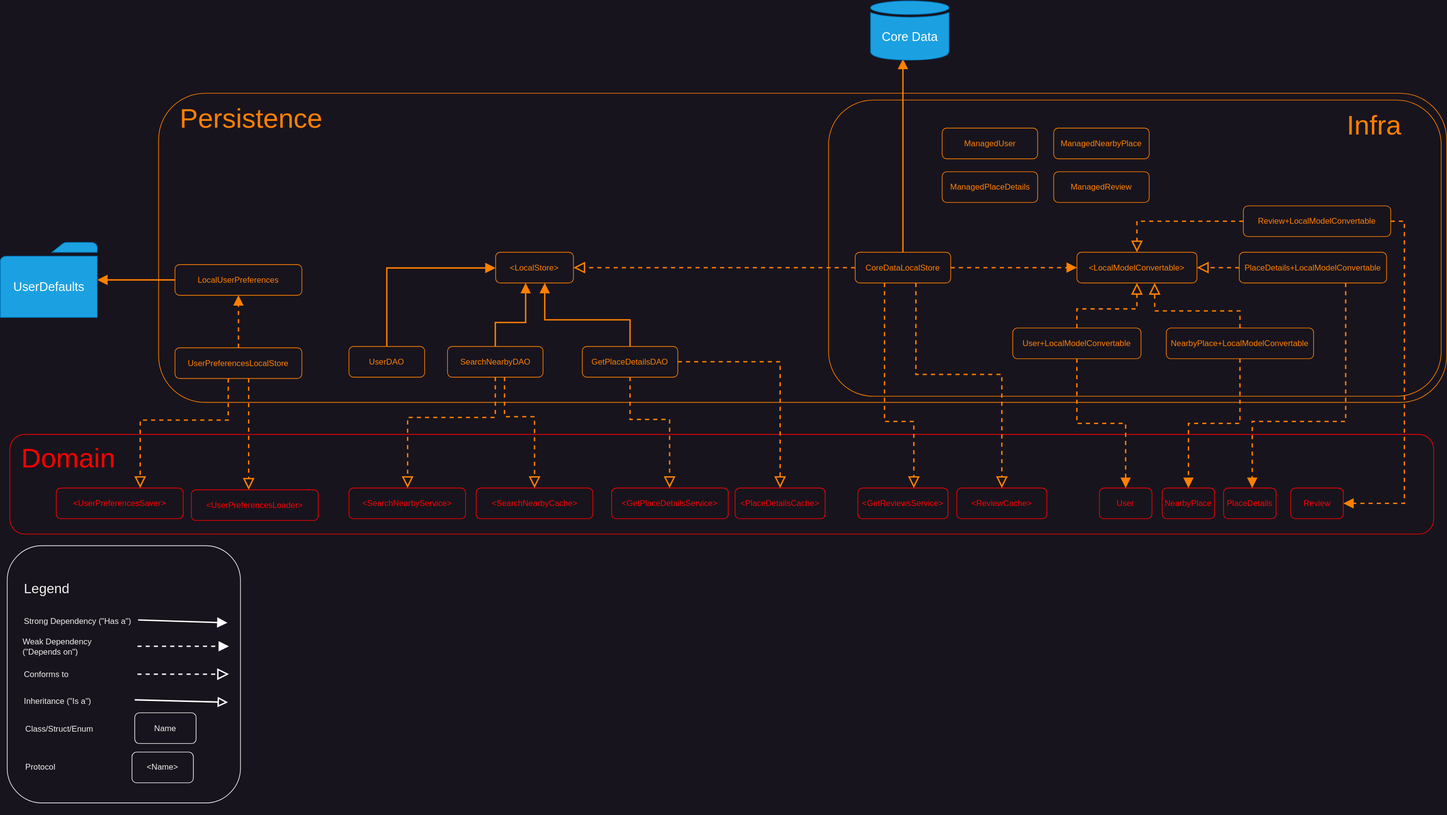
marian-stanciulica/Foodybite keeps this draw.io diagram as Diagrams/Persistence.svg. Above is the earlier version. Source tidied: cells renumbered, new cells last; positions are measured from the earlier drawing's top-left corner, leaving out a move shared by most shapes.
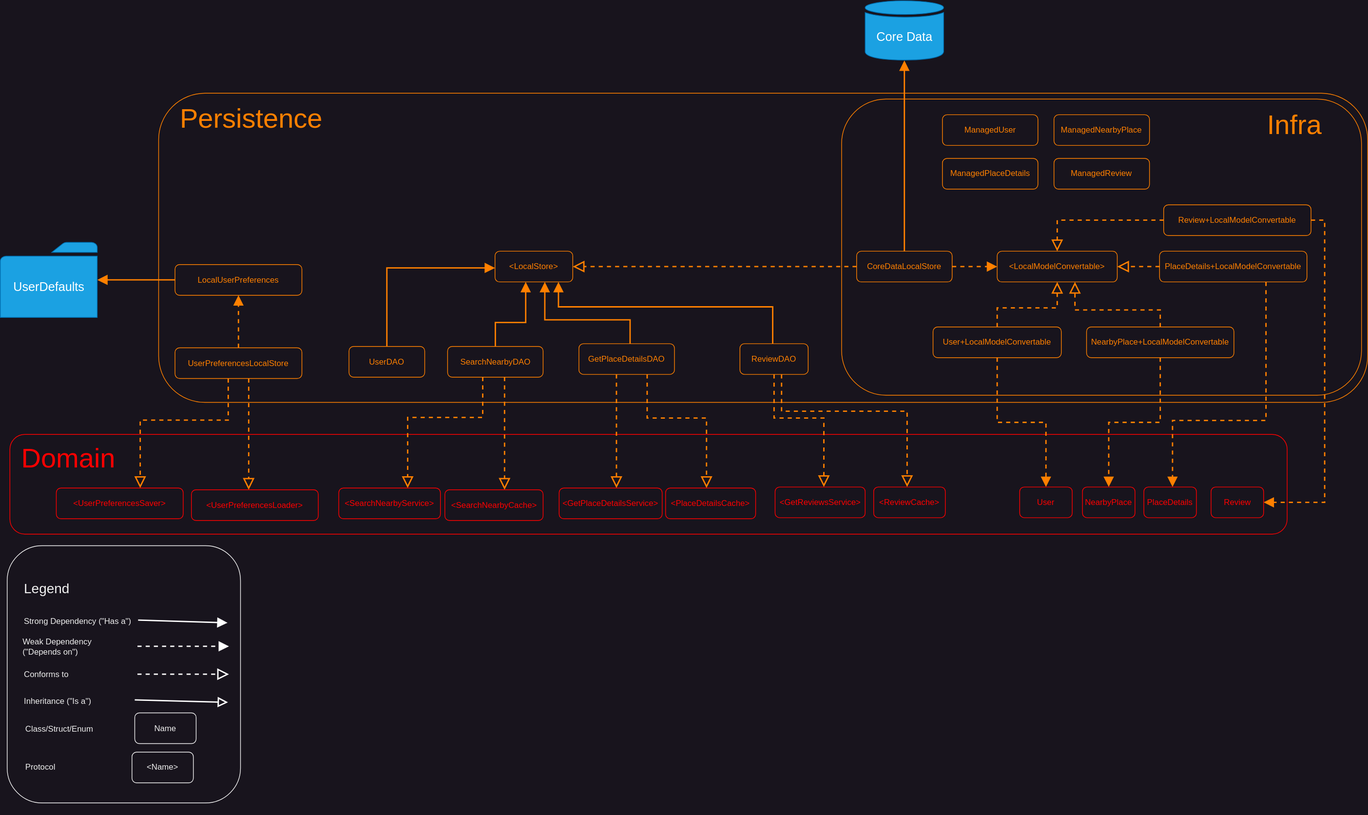
The same file after the commit.

Commit message:
Persistence diagram updated with ReviewDAO

Diff of the diagram source:
```diff
@@ -5,9 +5,9 @@
     <mxCell id="2" style="rounded=1;whiteSpace=wrap;html=1;strokeColor=#FF8000;fontFamily=Helvetica;fontSize=11;fontColor=#FF8000;" parent="1" vertex="1">
-      <mxGeometry x="232" y="135" width="1888" height="453" as="geometry" />
+      <mxGeometry x="232" y="135" width="1772" height="453" as="geometry" />
     </mxCell>
     <mxCell id="3" style="rounded=1;whiteSpace=wrap;html=1;strokeColor=#FF8000;fontFamily=Helvetica;fontSize=11;fontColor=#FF8000;" parent="1" vertex="1">
-      <mxGeometry x="1214" y="145" width="898" height="434" as="geometry" />
+      <mxGeometry x="1233" y="143.5" width="762" height="434" as="geometry" />
     </mxCell>
     <mxCell id="4" style="rounded=1;whiteSpace=wrap;html=1;fontFamily=Helvetica;fontSize=11;fontColor=#FF0000;strokeColor=#FF0000;" parent="1" vertex="1">
-      <mxGeometry x="14" y="635" width="2087" height="146" as="geometry" />
+      <mxGeometry x="14" y="635" width="1872" height="146" as="geometry" />
     </mxCell>
@@ -105,3 +105,3 @@
     <mxCell id="28" value="&amp;lt;LocalStore&amp;gt;" style="rounded=1;whiteSpace=wrap;html=1;fontColor=#FF8000;strokeColor=#FF8000;" parent="1" vertex="1">
-      <mxGeometry x="726" y="368" width="114" height="45" as="geometry" />
+      <mxGeometry x="725" y="366.5" width="114" height="45" as="geometry" />
     </mxCell>
@@ -118,3 +118,3 @@
         <Array as="points">
-          <mxPoint x="725" y="610" />
+          <mxPoint x="707" y="610" />
           <mxPoint x="597" y="610" />
@@ -126,4 +126,4 @@
         <Array as="points">
-          <mxPoint x="739" y="609" />
-          <mxPoint x="783" y="609" />
+          <mxPoint x="739" y="659" />
+          <mxPoint x="739" y="659" />
         </Array>
@@ -137,4 +137,4 @@
         <Array as="points">
-          <mxPoint x="923" y="613" />
-          <mxPoint x="981" y="613" />
+          <mxPoint x="903" y="658" />
+          <mxPoint x="903" y="658" />
         </Array>
@@ -143,3 +143,8 @@
     <mxCell id="34" style="edgeStyle=orthogonalEdgeStyle;shape=connector;rounded=0;jettySize=auto;html=1;dashed=1;labelBackgroundColor=default;strokeColor=#FF8000;strokeWidth=2;fontFamily=Helvetica;fontSize=11;fontColor=default;endArrow=block;endFill=0;endSize=12;fillColor=#f0a30a;" parent="1" edge="1" source="36" target="52">
-      <mxGeometry relative="1" as="geometry" />
+      <mxGeometry relative="1" as="geometry">
+        <Array as="points">
+          <mxPoint x="948" y="611" />
+          <mxPoint x="1035" y="611" />
+        </Array>
+      </mxGeometry>
     </mxCell>
@@ -154,3 +159,3 @@
     <mxCell id="36" value="GetPlaceDetailsDAO" style="rounded=1;whiteSpace=wrap;html=1;fontColor=#FF8000;strokeColor=#FF8000;" parent="1" vertex="1">
-      <mxGeometry x="853" y="506" width="140" height="45" as="geometry" />
+      <mxGeometry x="848" y="502" width="140" height="45" as="geometry" />
     </mxCell>
@@ -166,26 +171,2 @@
     </mxCell>
-    <mxCell id="39" style="edgeStyle=orthogonalEdgeStyle;shape=connector;rounded=0;jettySize=auto;html=1;dashed=1;labelBackgroundColor=default;strokeColor=#FF8000;strokeWidth=2;fontFamily=Helvetica;fontSize=11;fontColor=default;endArrow=block;endFill=0;endSize=12;fillColor=#f0a30a;" parent="1" edge="1" source="44" target="53">
-      <mxGeometry relative="1" as="geometry">
-        <Array as="points">
-          <mxPoint x="1296" y="616" />
-          <mxPoint x="1339" y="616" />
-        </Array>
-      </mxGeometry>
-    </mxCell>
-    <mxCell id="40" style="edgeStyle=orthogonalEdgeStyle;shape=connector;rounded=0;jettySize=auto;html=1;dashed=1;labelBackgroundColor=default;strokeColor=#FF8000;strokeWidth=2;fontFamily=Helvetica;fontSize=11;fontColor=default;endArrow=block;endFill=0;endSize=12;fillColor=#f0a30a;" parent="1" edge="1" source="44" target="54">
-      <mxGeometry relative="1" as="geometry">
-        <Array as="points">
-          <mxPoint x="1342" y="547" />
-          <mxPoint x="1468" y="547" />
-        </Array>
-      </mxGeometry>
-    </mxCell>
-    <mxCell id="41" style="edgeStyle=orthogonalEdgeStyle;shape=connector;rounded=0;jumpStyle=line;jettySize=auto;html=1;labelBackgroundColor=default;strokeColor=#FF8000;strokeWidth=2;fontFamily=Helvetica;fontSize=11;fontColor=default;endArrow=block;endFill=1;endSize=10;fillColor=#f0a30a;" parent="1" edge="1" source="44">
-      <mxGeometry relative="1" as="geometry">
-        <mxPoint x="1323" y="84.5" as="targetPoint" />
-        <Array as="points">
-          <mxPoint x="1323" y="126" />
-        </Array>
-      </mxGeometry>
-    </mxCell>
     <mxCell id="42" style="edgeStyle=orthogonalEdgeStyle;shape=connector;rounded=0;jettySize=auto;html=1;dashed=1;labelBackgroundColor=default;strokeColor=#FF8000;strokeWidth=2;fontFamily=Helvetica;fontSize=11;fontColor=default;endArrow=block;endFill=0;endSize=12;fillColor=#f0a30a;" parent="1" edge="1" source="44" target="28">
@@ -196,34 +177,37 @@
     </mxCell>
+    <mxCell id="77" style="edgeStyle=orthogonalEdgeStyle;shape=connector;rounded=0;jumpStyle=line;jettySize=auto;html=1;labelBackgroundColor=default;strokeColor=#FF8000;strokeWidth=2;fontFamily=Helvetica;fontSize=11;fontColor=default;endArrow=block;endFill=1;endSize=10;fillColor=#f0a30a;" parent="1" edge="1" source="44" target="56">
+      <mxGeometry relative="1" as="geometry" />
+    </mxCell>
     <mxCell id="44" value="CoreDataLocalStore" style="rounded=1;whiteSpace=wrap;html=1;fontColor=#FF8000;strokeColor=#FF8000;" parent="1" vertex="1">
-      <mxGeometry x="1253" y="368" width="140" height="45" as="geometry" />
+      <mxGeometry x="1255" y="366.5" width="140" height="45" as="geometry" />
     </mxCell>
     <mxCell id="45" value="ManagedUser" style="rounded=1;whiteSpace=wrap;html=1;fontColor=#FF8000;strokeColor=#FF8000;" parent="1" vertex="1">
-      <mxGeometry x="1380.5" y="186" width="140" height="45" as="geometry" />
+      <mxGeometry x="1380.8" y="166.5" width="140" height="45" as="geometry" />
     </mxCell>
     <mxCell id="46" value="ManagedNearbyPlace" style="rounded=1;whiteSpace=wrap;html=1;fontColor=#FF8000;strokeColor=#FF8000;" parent="1" vertex="1">
-      <mxGeometry x="1544" y="186" width="140" height="45" as="geometry" />
+      <mxGeometry x="1544.2" y="166.5" width="140" height="45" as="geometry" />
     </mxCell>
     <mxCell id="47" value="ManagedPlaceDetails" style="rounded=1;whiteSpace=wrap;html=1;fontColor=#FF8000;strokeColor=#FF8000;" parent="1" vertex="1">
-      <mxGeometry x="1380.5" y="250" width="140" height="45" as="geometry" />
+      <mxGeometry x="1380.8" y="230.5" width="140" height="45" as="geometry" />
     </mxCell>
     <mxCell id="48" value="ManagedReview" style="rounded=1;whiteSpace=wrap;html=1;fontColor=#FF8000;strokeColor=#FF8000;" parent="1" vertex="1">
-      <mxGeometry x="1544" y="250" width="140" height="45" as="geometry" />
+      <mxGeometry x="1544.2" y="230.5" width="140" height="45" as="geometry" />
     </mxCell>
     <mxCell id="49" value="&amp;lt;SearchNearbyService&amp;gt;" style="rounded=1;whiteSpace=wrap;html=1;fontColor=#FF0000;strokeColor=#FF0000;" parent="1" vertex="1">
-      <mxGeometry x="511" y="713.5" width="171" height="45" as="geometry" />
+      <mxGeometry x="496" y="713.5" width="149" height="45" as="geometry" />
     </mxCell>
     <mxCell id="50" value="&amp;lt;SearchNearbyCache&amp;gt;" style="rounded=1;whiteSpace=wrap;html=1;fontColor=#FF0000;strokeColor=#FF0000;" parent="1" vertex="1">
-      <mxGeometry x="697.5" y="713.5" width="171" height="45" as="geometry" />
+      <mxGeometry x="651.5" y="716" width="144" height="45" as="geometry" />
     </mxCell>
     <mxCell id="51" value="&amp;lt;GetPlaceDetailsService&amp;gt;" style="rounded=1;whiteSpace=wrap;html=1;fontColor=#FF0000;strokeColor=#FF0000;" parent="1" vertex="1">
-      <mxGeometry x="896" y="713.5" width="171" height="45" as="geometry" />
+      <mxGeometry x="819" y="713.5" width="151" height="45" as="geometry" />
     </mxCell>
     <mxCell id="52" value="&amp;lt;PlaceDetailsCache&amp;gt;" style="rounded=1;whiteSpace=wrap;html=1;fontColor=#FF0000;strokeColor=#FF0000;" parent="1" vertex="1">
-      <mxGeometry x="1077" y="713.5" width="132" height="45" as="geometry" />
+      <mxGeometry x="975" y="713.5" width="132" height="45" as="geometry" />
     </mxCell>
     <mxCell id="53" value="&amp;lt;GetReviewsService&amp;gt;" style="rounded=1;whiteSpace=wrap;html=1;fontColor=#FF0000;strokeColor=#FF0000;" parent="1" vertex="1">
-      <mxGeometry x="1257" y="713.5" width="132" height="45" as="geometry" />
+      <mxGeometry x="1135.5" y="712" width="132" height="45" as="geometry" />
     </mxCell>
     <mxCell id="54" value="&amp;lt;ReviewCache&amp;gt;" style="rounded=1;whiteSpace=wrap;html=1;fontColor=#FF0000;strokeColor=#FF0000;" parent="1" vertex="1">
-      <mxGeometry x="1402" y="713.5" width="132" height="45" as="geometry" />
+      <mxGeometry x="1280" y="712" width="105" height="45" as="geometry" />
     </mxCell>
@@ -233,3 +217,3 @@
     <mxCell id="56" value="Core Data" style="sketch=0;shadow=0;dashed=0;html=1;strokeColor=#006EAF;labelPosition=center;verticalLabelPosition=middle;verticalAlign=middle;outlineConnect=0;align=center;shape=mxgraph.office.databases.database;fillColor=#1ba1e2;fontFamily=Helvetica;fontSize=18;fontColor=#ffffff;spacingTop=20;" parent="1" vertex="1">
-      <mxGeometry x="1275.5" y="-0.5" width="115" height="87.5" as="geometry" />
+      <mxGeometry x="1267.5" y="-0.5" width="115" height="87.5" as="geometry" />
     </mxCell>
@@ -239,3 +223,3 @@
     <mxCell id="58" value="&amp;lt;LocalModelConvertable&amp;gt;" style="rounded=1;whiteSpace=wrap;html=1;fontColor=#FF8000;strokeColor=#FF8000;" parent="1" vertex="1">
-      <mxGeometry x="1578" y="368" width="176" height="45" as="geometry" />
+      <mxGeometry x="1461" y="366.5" width="176" height="45" as="geometry" />
     </mxCell>
@@ -248,3 +232,3 @@
     <mxCell id="61" value="User+LocalModelConvertable" style="rounded=1;whiteSpace=wrap;html=1;fontColor=#FF8000;strokeColor=#FF8000;" parent="1" vertex="1">
-      <mxGeometry x="1484" y="479" width="188" height="45" as="geometry" />
+      <mxGeometry x="1367" y="477.5" width="188" height="45" as="geometry" />
     </mxCell>
@@ -253,4 +237,4 @@
         <Array as="points">
-          <mxPoint x="1817" y="454" />
-          <mxPoint x="1692" y="454" />
+          <mxPoint x="1700" y="452.5" />
+          <mxPoint x="1575" y="452.5" />
         </Array>
@@ -262,3 +246,3 @@
     <mxCell id="64" value="NearbyPlace+LocalModelConvertable" style="rounded=1;whiteSpace=wrap;html=1;fontColor=#FF8000;strokeColor=#FF8000;" parent="1" vertex="1">
-      <mxGeometry x="1709" y="479" width="216" height="45" as="geometry" />
+      <mxGeometry x="1592" y="477.5" width="216" height="45" as="geometry" />
     </mxCell>
@@ -270,4 +254,4 @@
         <Array as="points">
-          <mxPoint x="1972" y="616" />
-          <mxPoint x="1835" y="616" />
+          <mxPoint x="1855" y="614.5" />
+          <mxPoint x="1718" y="614.5" />
         </Array>
@@ -276,3 +260,3 @@
     <mxCell id="67" value="PlaceDetails+LocalModelConvertable" style="rounded=1;whiteSpace=wrap;html=1;fontColor=#FF8000;strokeColor=#FF8000;" parent="1" vertex="1">
-      <mxGeometry x="1816" y="368" width="216" height="45" as="geometry" />
+      <mxGeometry x="1699" y="366.5" width="216" height="45" as="geometry" />
     </mxCell>
@@ -284,4 +268,4 @@
         <Array as="points">
-          <mxPoint x="2058" y="322" />
-          <mxPoint x="2058" y="736" />
+          <mxPoint x="1941" y="320.5" />
+          <mxPoint x="1941" y="734.5" />
         </Array>
@@ -290,18 +274,18 @@
     <mxCell id="70" value="Review+LocalModelConvertable" style="rounded=1;whiteSpace=wrap;html=1;fontColor=#FF8000;strokeColor=#FF8000;" parent="1" vertex="1">
-      <mxGeometry x="1822" y="300" width="216" height="45" as="geometry" />
+      <mxGeometry x="1705" y="298.5" width="216" height="45" as="geometry" />
     </mxCell>
     <mxCell id="71" value="User" style="rounded=1;whiteSpace=wrap;html=1;fontColor=#FF0000;strokeColor=#FF0000;" parent="1" vertex="1">
-      <mxGeometry x="1611" y="713.5" width="77" height="45" as="geometry" />
+      <mxGeometry x="1494" y="712" width="77" height="45" as="geometry" />
     </mxCell>
     <mxCell id="72" value="NearbyPlace" style="rounded=1;whiteSpace=wrap;html=1;fontColor=#FF0000;strokeColor=#FF0000;" parent="1" vertex="1">
-      <mxGeometry x="1703" y="713.5" width="77" height="45" as="geometry" />
+      <mxGeometry x="1586" y="712" width="77" height="45" as="geometry" />
     </mxCell>
     <mxCell id="73" value="PlaceDetails" style="rounded=1;whiteSpace=wrap;html=1;fontColor=#FF0000;strokeColor=#FF0000;" parent="1" vertex="1">
-      <mxGeometry x="1793" y="713.5" width="77" height="45" as="geometry" />
+      <mxGeometry x="1676" y="712" width="77" height="45" as="geometry" />
     </mxCell>
     <mxCell id="74" value="Review" style="rounded=1;whiteSpace=wrap;html=1;fontColor=#FF0000;strokeColor=#FF0000;" parent="1" vertex="1">
-      <mxGeometry x="1891.5" y="713.5" width="77" height="45" as="geometry" />
+      <mxGeometry x="1774.5" y="712" width="77" height="45" as="geometry" />
     </mxCell>
     <mxCell id="75" value="Infra" style="text;html=1;strokeColor=none;fillColor=none;align=center;verticalAlign=middle;whiteSpace=wrap;rounded=0;fontSize=40;fontFamily=Helvetica;fontColor=#FF8000;" parent="1" vertex="1">
-      <mxGeometry x="1984" y="166" width="60" height="30" as="geometry" />
+      <mxGeometry x="1867" y="164.5" width="60" height="30" as="geometry" />
     </mxCell>
@@ -310,2 +294,29 @@
     </mxCell>
+    <mxCell id="78" style="edgeStyle=orthogonalEdgeStyle;shape=connector;rounded=0;jumpStyle=line;jettySize=auto;html=1;labelBackgroundColor=default;strokeColor=#FF8000;strokeWidth=2;fontFamily=Helvetica;fontSize=11;fontColor=#FF8000;endArrow=block;endFill=1;endSize=10;fillColor=#f0a30a;" parent="1" edge="1" source="81" target="28">
+      <mxGeometry relative="1" as="geometry">
+        <Array as="points">
+          <mxPoint x="1132" y="448" />
+          <mxPoint x="818" y="448" />
+        </Array>
+      </mxGeometry>
+    </mxCell>
+    <mxCell id="79" style="edgeStyle=orthogonalEdgeStyle;shape=connector;rounded=0;jettySize=auto;html=1;dashed=1;labelBackgroundColor=default;strokeColor=#FF8000;strokeWidth=2;fontFamily=Helvetica;fontSize=11;fontColor=default;endArrow=block;endFill=0;endSize=12;fillColor=#f0a30a;" parent="1" edge="1" source="81" target="53">
+      <mxGeometry relative="1" as="geometry">
+        <Array as="points">
+          <mxPoint x="1134" y="611" />
+          <mxPoint x="1207" y="611" />
+        </Array>
+      </mxGeometry>
+    </mxCell>
+    <mxCell id="80" style="edgeStyle=orthogonalEdgeStyle;shape=connector;rounded=0;jettySize=auto;html=1;dashed=1;labelBackgroundColor=default;strokeColor=#FF8000;strokeWidth=2;fontFamily=Helvetica;fontSize=11;fontColor=default;endArrow=block;endFill=0;endSize=12;fillColor=#f0a30a;" parent="1" edge="1" source="81" target="54">
+      <mxGeometry relative="1" as="geometry">
+        <Array as="points">
+          <mxPoint x="1145" y="601" />
+          <mxPoint x="1329" y="601" />
+        </Array>
+      </mxGeometry>
+    </mxCell>
+    <mxCell id="81" value="ReviewDAO" style="rounded=1;whiteSpace=wrap;html=1;fontColor=#FF8000;strokeColor=#FF8000;" parent="1" vertex="1">
+      <mxGeometry x="1084" y="502" width="100" height="45" as="geometry" />
+    </mxCell>
   </root>
```
